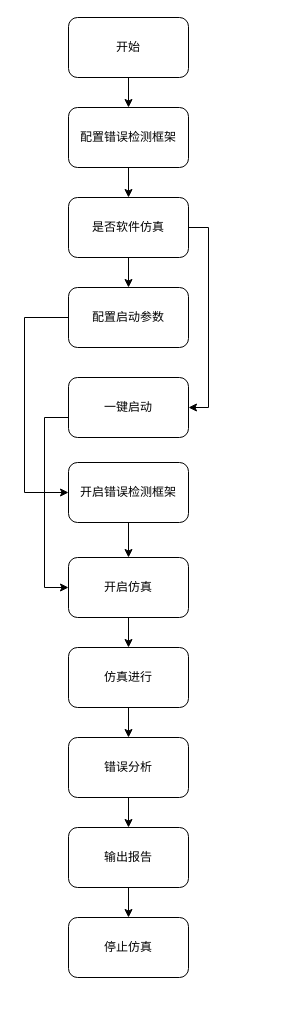
Before: page "第 2 页" (2 of 2) of 未命名绘图.drawio in abc12354a/FPGA, a draw.io diagram. Source tidied: cells renumbered, new cells numbered last; positions are measured from the earlier drawing's top-left corner, leaving out a move shared by most shapes. Both pictures are drawn from the tidied source at 100%, with x=0, y=0 at pixel (24, 17).
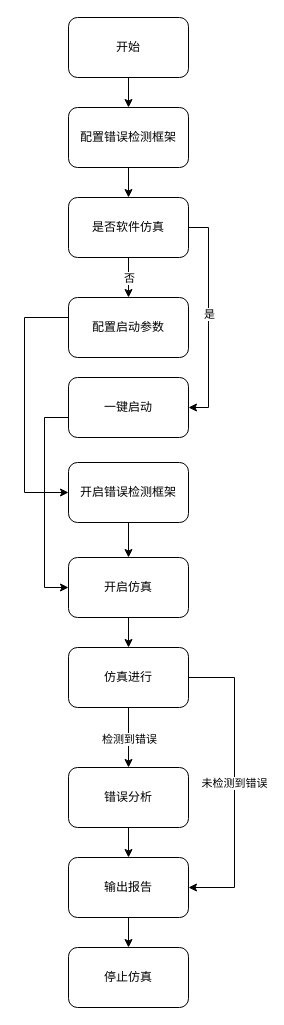
Above is the later version.

Commit message:
更新未命名绘图.drawio

Unchanged cells that the change refers to:
```xml
<mxCell id="4" style="edgeStyle=orthogonalEdgeStyle;rounded=0;jettySize=auto;html=1;exitX=1;exitY=0.5;exitDx=0;exitDy=0;entryX=1;entryY=0.5;entryDx=0;entryDy=0;" parent="1" edge="1" source="6" target="12">
  <mxGeometry relative="1" as="geometry" />
</mxCell>
<mxCell id="5" style="edgeStyle=orthogonalEdgeStyle;rounded=0;jettySize=auto;html=1;exitX=0.5;exitY=1;exitDx=0;exitDy=0;entryX=0.5;entryY=0;entryDx=0;entryDy=0;" parent="1" edge="1" source="6" target="8">
  <mxGeometry relative="1" as="geometry" />
</mxCell>
<mxCell id="17" style="edgeStyle=orthogonalEdgeStyle;rounded=0;jettySize=auto;html=1;exitX=0.5;exitY=1;exitDx=0;exitDy=0;entryX=0.5;entryY=0;entryDx=0;entryDy=0;" parent="1" edge="1" source="18" target="23">
  <mxGeometry relative="1" as="geometry" />
</mxCell>
<mxCell id="18" value="仿真进行" style="rounded=1;whiteSpace=wrap;html=1;" parent="1" vertex="1">
  <mxGeometry x="44" y="630" width="120" height="60" as="geometry" />
</mxCell>
```

Change to the diagram source:
```diff
@@
+    <mxCell id="24" value="是" style="edgeLabel;html=1;align=center;verticalAlign=middle;" parent="4" vertex="1">
+      <mxGeometry x="-0.04" relative="1" as="geometry" />
+    </mxCell>
@@
+    <mxCell id="25" value="否" style="edgeLabel;html=1;align=center;verticalAlign=middle;" parent="5" vertex="1">
+      <mxGeometry relative="1" as="geometry" />
+    </mxCell>
@@
     <mxCell id="8" value="配置启动参数" style="rounded=1;whiteSpace=wrap;html=1;" parent="1" vertex="1">
-      <mxGeometry x="44" y="270" width="120" height="60" as="geometry" />
+      <mxGeometry x="44" y="280" width="120" height="60" as="geometry" />
     </mxCell>
@@
+    <mxCell id="26" value="检测到错误" style="edgeLabel;html=1;align=center;verticalAlign=middle;" parent="17" vertex="1">
+      <mxGeometry x="0.03" relative="1" as="geometry" />
+    </mxCell>
+    <mxCell id="27" style="edgeStyle=orthogonalEdgeStyle;rounded=0;jettySize=auto;html=1;entryX=1;entryY=0.5;entryDx=0;entryDy=0;" parent="1" edge="1" source="18" target="20">
+      <mxGeometry relative="1" as="geometry">
+        <Array as="points">
+          <mxPoint x="210" y="660" />
+          <mxPoint x="210" y="870" />
+        </Array>
+      </mxGeometry>
+    </mxCell>
+    <mxCell id="28" value="未检测到错误" style="edgeLabel;html=1;align=center;verticalAlign=middle;" parent="27" vertex="1">
+      <mxGeometry y="-1" relative="1" as="geometry" />
+    </mxCell>
@@
     <mxCell id="20" value="输出报告" style="rounded=1;whiteSpace=wrap;html=1;" parent="1" vertex="1">
-      <mxGeometry x="44" y="810" width="120" height="60" as="geometry" />
+      <mxGeometry x="44" y="840" width="120" height="60" as="geometry" />
     </mxCell>
     <mxCell id="21" value="停止仿真" style="rounded=1;whiteSpace=wrap;html=1;" parent="1" vertex="1">
-      <mxGeometry x="44" y="900" width="120" height="60" as="geometry" />
+      <mxGeometry x="44" y="930" width="120" height="60" as="geometry" />
     </mxCell>
@@
     <mxCell id="23" value="错误分析" style="rounded=1;whiteSpace=wrap;html=1;" parent="1" vertex="1">
-      <mxGeometry x="44" y="720" width="120" height="60" as="geometry" />
+      <mxGeometry x="44" y="750" width="120" height="60" as="geometry" />
     </mxCell>
```
